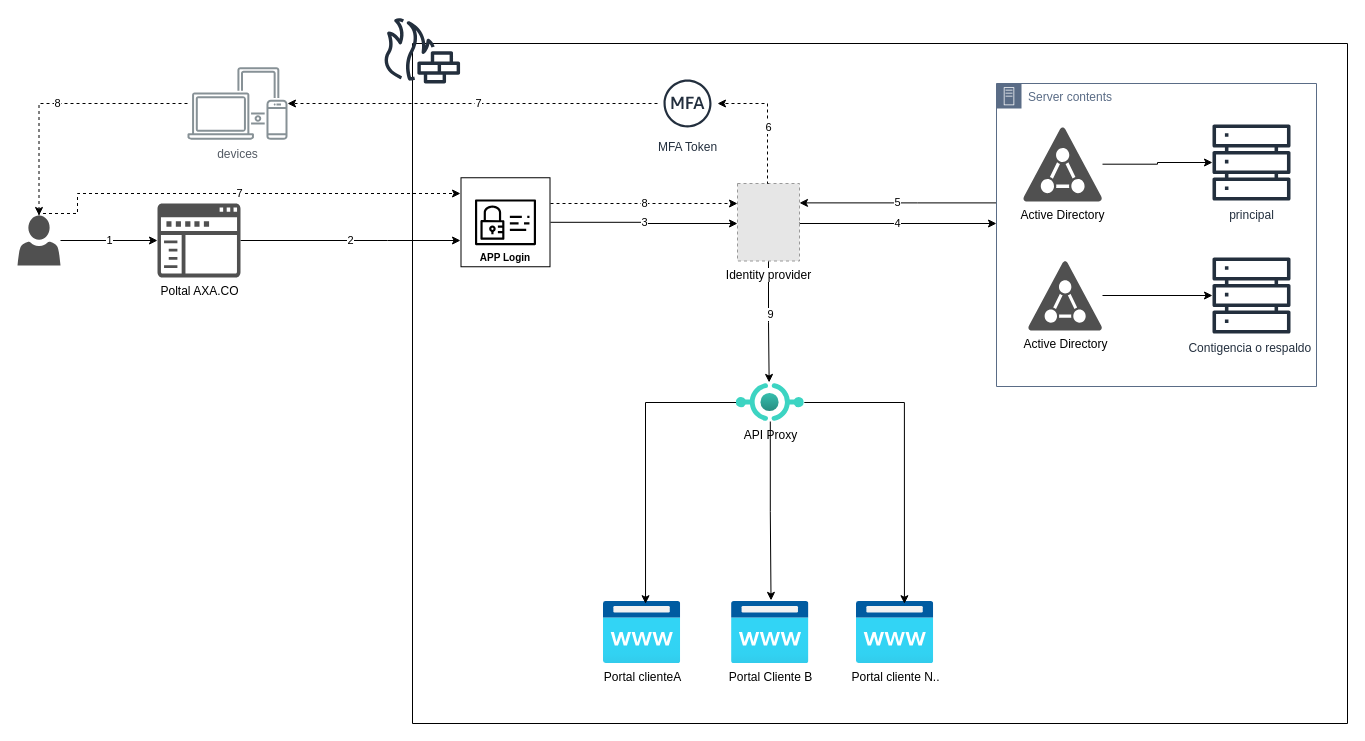
Before: Diagrama sin título.drawio in fabianzunigarosales/diagramas, a draw.io diagram. Source tidied: cells renumbered, new cells numbered last; positions are measured from the earlier drawing's top-left corner, leaving out a move shared by most shapes. Both pictures are drawn from the tidied source at 100%, with x=0, y=0 at pixel (17, 17). Pictures stored in the file or linked from it are replaced by grey dashed boxes.
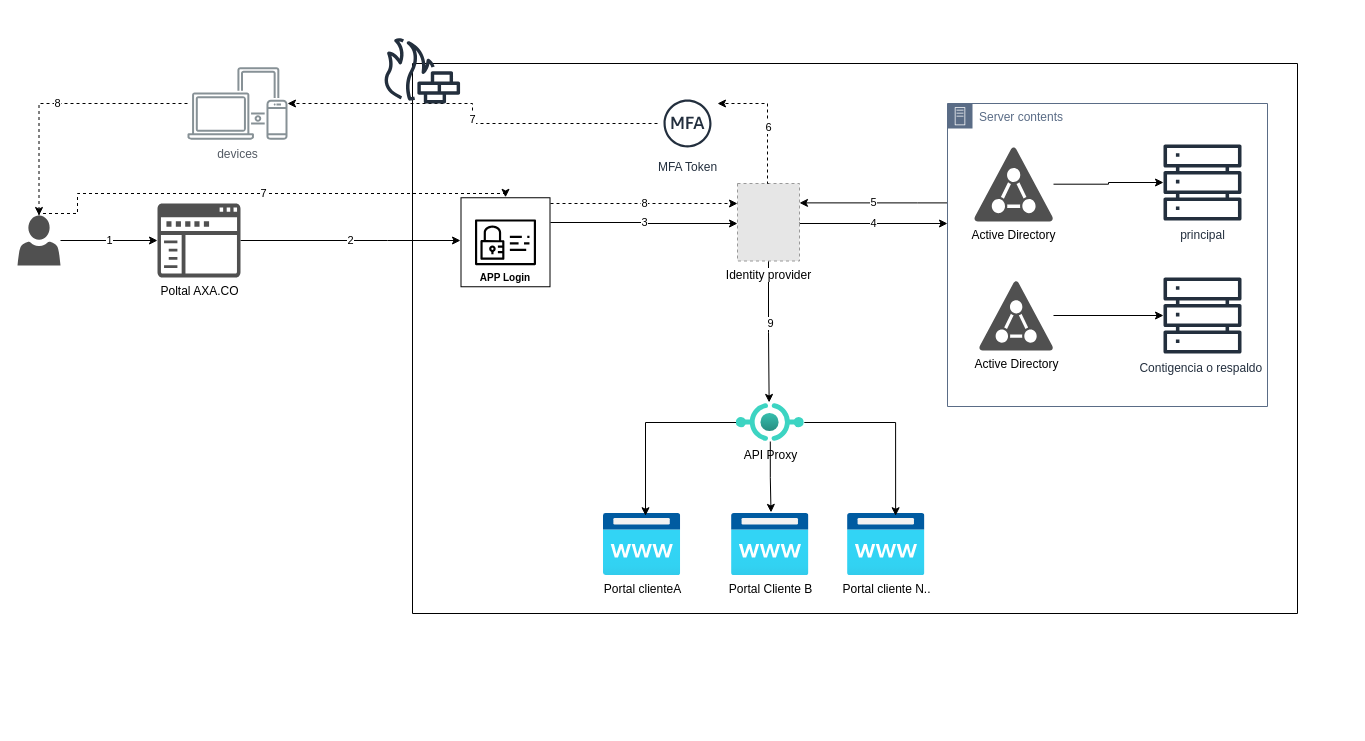
The same page after the edit.

The edit, as a diff of the source:
```diff
@@
-    <mxCell id="18" value="Server contents" style="points=[[0,0],[0.25,0],[0.5,0],[0.75,0],[1,0],[1,0.25],[1,0.5],[1,0.75],[1,1],[0.75,1],[0.5,1],[0.25,1],[0,1],[0,0.75],[0,0.5],[0,0.25]];outlineConnect=0;gradientColor=none;html=1;whiteSpace=wrap;fontSize=12;fontStyle=0;shape=mxgraph.aws4.group;grIcon=mxgraph.aws4.group_on_premise;strokeColor=#5A6C86;fillColor=none;verticalAlign=top;align=left;spacingLeft=30;fontColor=#5A6C86;dashed=0;" parent="1" vertex="1">
-      <mxGeometry x="979" y="66" width="320" height="303" as="geometry" />
-    </mxCell>
-    <mxCell id="19" value="Contigencia o respaldo&amp;nbsp;" style="sketch=0;outlineConnect=0;fontColor=#232F3E;gradientColor=none;fillColor=#232F3D;strokeColor=none;dashed=0;verticalLabelPosition=bottom;verticalAlign=top;align=center;html=1;fontSize=12;fontStyle=0;shape=mxgraph.aws4.servers;" parent="18" vertex="1">
-      <mxGeometry x="216" y="173" width="78" height="78" as="geometry" />
-    </mxCell>
-    <mxCell id="20" value="principal" style="sketch=0;outlineConnect=0;fontColor=#232F3E;gradientColor=none;fillColor=#232F3D;strokeColor=none;dashed=0;verticalLabelPosition=bottom;verticalAlign=top;align=center;html=1;fontSize=12;fontStyle=0;shape=mxgraph.aws4.servers;" parent="18" vertex="1">
-      <mxGeometry x="216" y="40" width="78" height="78" as="geometry" />
-    </mxCell>
     <mxCell id="21" value="|" style="swimlane;startSize=0;" parent="1" vertex="1">
-      <mxGeometry x="395" y="26" width="935" height="680" as="geometry" />
+      <mxGeometry x="395" y="46" width="885" height="550" as="geometry" />
     </mxCell>
@@
-    <mxCell id="23" value="Portal clienteA" style="image;html=1;points=[];align=center;fontSize=12;image=img/lib/azure2/app_services/App_Service_Domains.svg;imageBackground=none;" parent="21" vertex="1">
-      <mxGeometry x="190.8" y="558" width="77.5" height="62" as="geometry" />
+    <mxCell id="23" value="Portal clienteA" style="image;html=1;points=[];align=center;fontSize=12;image=img/lib/azure2/app_services/App_Service_Domains.svg;imageBackground=none;fillColor=none;" parent="21" vertex="1">
+      <mxGeometry x="190.8" y="450" width="77.5" height="62" as="geometry" />
     </mxCell>
@@
-    <mxCell id="26" value="Portal Cliente B" style="image;html=1;points=[];align=center;fontSize=12;image=img/lib/azure2/app_services/App_Service_Domains.svg;imageBackground=none;" parent="21" vertex="1">
-      <mxGeometry x="319" y="558" width="77.5" height="62" as="geometry" />
+    <mxCell id="26" value="Portal Cliente B" style="image;html=1;points=[];align=center;fontSize=12;image=img/lib/azure2/app_services/App_Service_Domains.svg;imageBackground=none;fillColor=none;" parent="21" vertex="1">
+      <mxGeometry x="319" y="450" width="77.5" height="62" as="geometry" />
     </mxCell>
@@
     <mxCell id="28" value="Portal cliente N.." style="image;html=1;points=[];align=center;fontSize=12;image=img/lib/azure2/app_services/App_Service_Domains.svg;imageBackground=none;" parent="21" vertex="1">
-      <mxGeometry x="443.8" y="558" width="77.5" height="62" as="geometry" />
+      <mxGeometry x="435" y="450" width="77.5" height="62" as="geometry" />
     </mxCell>
@@
+    <mxCell id="18" value="Server contents" style="points=[[0,0],[0.25,0],[0.5,0],[0.75,0],[1,0],[1,0.25],[1,0.5],[1,0.75],[1,1],[0.75,1],[0.5,1],[0.25,1],[0,1],[0,0.75],[0,0.5],[0,0.25]];outlineConnect=0;gradientColor=none;html=1;whiteSpace=wrap;fontSize=12;fontStyle=0;shape=mxgraph.aws4.group;grIcon=mxgraph.aws4.group_on_premise;strokeColor=#5A6C86;fillColor=none;verticalAlign=top;align=left;spacingLeft=30;fontColor=#5A6C86;dashed=0;" parent="21" vertex="1">
+      <mxGeometry x="535" y="40" width="320" height="303" as="geometry" />
+    </mxCell>
+    <mxCell id="19" value="Contigencia o respaldo&amp;nbsp;" style="sketch=0;outlineConnect=0;fontColor=#232F3E;gradientColor=none;fillColor=#232F3D;strokeColor=none;dashed=0;verticalLabelPosition=bottom;verticalAlign=top;align=center;html=1;fontSize=12;fontStyle=0;shape=mxgraph.aws4.servers;" parent="18" vertex="1">
+      <mxGeometry x="216" y="173" width="78" height="78" as="geometry" />
+    </mxCell>
+    <mxCell id="20" value="principal" style="sketch=0;outlineConnect=0;fontColor=#232F3E;gradientColor=none;fillColor=#232F3D;strokeColor=none;dashed=0;verticalLabelPosition=bottom;verticalAlign=top;align=center;html=1;fontSize=12;fontStyle=0;shape=mxgraph.aws4.servers;" parent="18" vertex="1">
+      <mxGeometry x="216" y="40" width="78" height="78" as="geometry" />
+    </mxCell>
     <mxCell id="32" value="Active Directory" style="sketch=0;shadow=0;dashed=0;html=1;strokeColor=none;fillColor=#505050;labelPosition=center;verticalLabelPosition=bottom;verticalAlign=top;outlineConnect=0;align=center;shape=mxgraph.office.security.active_directory;" parent="21" vertex="1">
-      <mxGeometry x="615" y="217" width="75" height="70" as="geometry" />
+      <mxGeometry x="566" y="217" width="75" height="70" as="geometry" />
     </mxCell>
     <mxCell id="33" value="Active Directory" style="sketch=0;shadow=0;dashed=0;html=1;strokeColor=none;fillColor=#505050;labelPosition=center;verticalLabelPosition=bottom;verticalAlign=top;outlineConnect=0;align=center;shape=mxgraph.office.security.active_directory;" parent="21" vertex="1">
-      <mxGeometry x="610" y="83.3" width="80" height="74.7" as="geometry" />
+      <mxGeometry x="561" y="83.3" width="80" height="74.7" as="geometry" />
     </mxCell>
-    <mxCell id="34" style="edgeStyle=orthogonalEdgeStyle;rounded=0;jettySize=auto;html=1;" parent="1" edge="1" source="32" target="19">
+    <mxCell id="34" style="edgeStyle=orthogonalEdgeStyle;rounded=0;jettySize=auto;html=1;" parent="21" edge="1" source="32" target="19">
       <mxGeometry relative="1" as="geometry" />
     </mxCell>
-    <mxCell id="35" style="edgeStyle=orthogonalEdgeStyle;rounded=0;jettySize=auto;html=1;" parent="1" edge="1" source="33" target="20">
+    <mxCell id="35" style="edgeStyle=orthogonalEdgeStyle;rounded=0;jettySize=auto;html=1;" parent="21" edge="1" source="33" target="20">
       <mxGeometry relative="1" as="geometry" />
     </mxCell>
```
